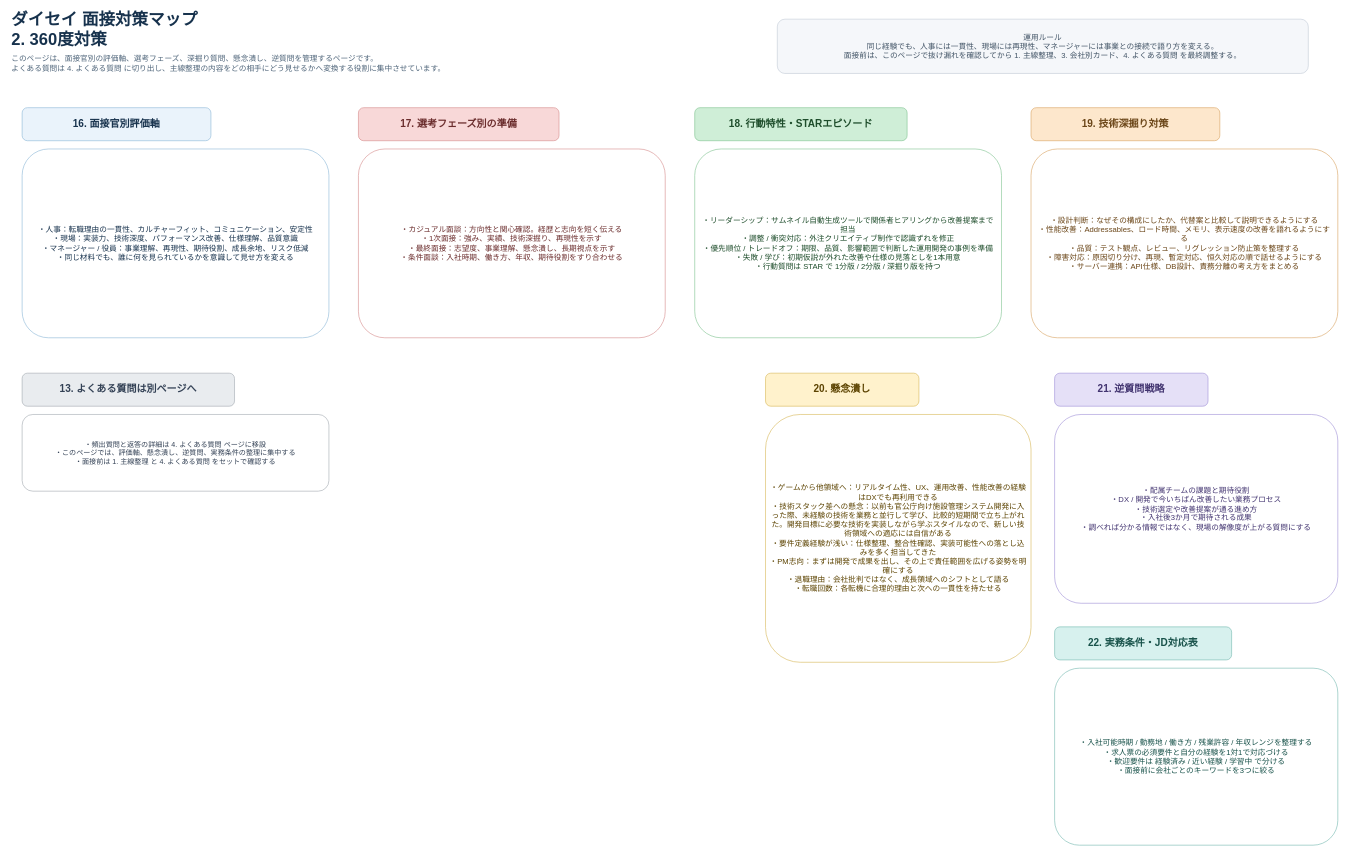
bodacheng/ForInterview keeps this draw.io diagram as page "2. 360度対策" (2 of 4) of interview-prep-structure.drawio. Above is the earlier version. Source tidied: cells renumbered, new cells numbered last; positions are measured from the earlier drawing's top-left corner, leaving out a move shared by most shapes. Both pictures are drawn from the tidied source at 59%, with x=0, y=0 at pixel (10, 13).
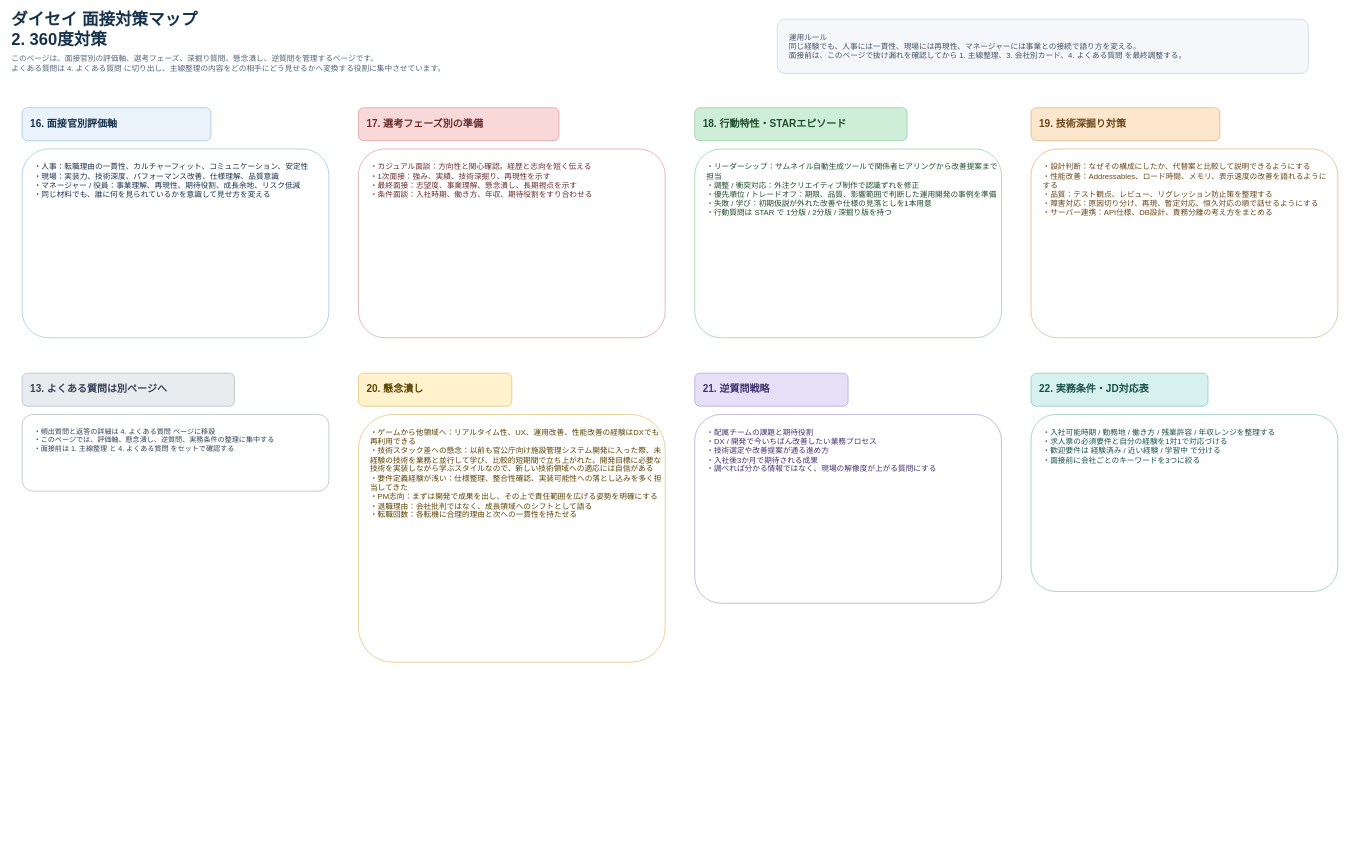
Above is the later version.

Diff of the diagram source:
```diff
@@
-    <mxCell id="4" value="運用ルール&#10;同じ経験でも、人事には一貫性、現場には再現性、マネージャーには事業との接続で語り方を変える。&#10;面接前は、このページで抜け漏れを確認してから 1. 主線整理、3. 会社別カード、4. よくある質問 を最終調整する。" style="rounded=1;whiteSpace=wrap;html=1;fillColor=#F5F7FA;strokeColor=#C2CBD6;fontSize=13;fontColor=#425466;spacing=8;arcSize=14;" parent="1" vertex="1">
+    <mxCell id="4" value="運用ルール&#10;同じ経験でも、人事には一貫性、現場には再現性、マネージャーには事業との接続で語り方を変える。&#10;面接前は、このページで抜け漏れを確認してから 1. 主線整理、3. 会社別カード、4. よくある質問 を最終調整する。" style="rounded=1;whiteSpace=wrap;html=1;align=left;verticalAlign=top;spacing=8;spacingLeft=12;spacingTop=10;fillColor=#F5F7FA;strokeColor=#C2CBD6;fontSize=13;fontColor=#425466;arcSize=14;" parent="1" vertex="1">
       <mxGeometry x="1300" y="10" width="900" height="92" as="geometry" />
     </mxCell>
-    <mxCell id="5" value="16. 面接官別評価軸" style="rounded=1;whiteSpace=wrap;html=1;fillColor=#EAF3FB;strokeColor=#8AB6D6;fontStyle=1;fontSize=17;fontColor=#17324D;arcSize=16;" parent="1" vertex="1">
+    <mxCell id="5" value="16. 面接官別評価軸" style="rounded=1;whiteSpace=wrap;html=1;align=left;verticalAlign=middle;spacingLeft=12;fillColor=#EAF3FB;strokeColor=#8AB6D6;fontStyle=1;fontSize=17;fontColor=#17324D;arcSize=16;" parent="1" vertex="1">
       <mxGeometry x="20" y="160" width="320" height="56" as="geometry" />
     </mxCell>
-    <mxCell id="6" value="・人事：転職理由の一貫性、カルチャーフィット、コミュニケーション、安定性&#10;・現場：実装力、技術深度、パフォーマンス改善、仕様理解、品質意識&#10;・マネージャー / 役員：事業理解、再現性、期待役割、成長余地、リスク低減&#10;・同じ材料でも、誰に何を見られているかを意識して見せ方を変える" style="rounded=1;whiteSpace=wrap;html=1;fillColor=#FFFFFF;strokeColor=#8AB6D6;fontSize=13;fontColor=#17324D;spacing=8;arcSize=14;" parent="1" vertex="1">
+    <mxCell id="6" value="・人事：転職理由の一貫性、カルチャーフィット、コミュニケーション、安定性&#10;・現場：実装力、技術深度、パフォーマンス改善、仕様理解、品質意識&#10;・マネージャー / 役員：事業理解、再現性、期待役割、成長余地、リスク低減&#10;・同じ材料でも、誰に何を見られているかを意識して見せ方を変える" style="rounded=1;whiteSpace=wrap;html=1;align=left;verticalAlign=top;spacing=8;spacingLeft=12;spacingTop=10;fillColor=#FFFFFF;strokeColor=#8AB6D6;fontSize=13;fontColor=#17324D;arcSize=14;" parent="1" vertex="1">
       <mxGeometry x="20" y="230" width="520" height="320" as="geometry" />
     </mxCell>
-    <mxCell id="7" value="17. 選考フェーズ別の準備" style="rounded=1;whiteSpace=wrap;html=1;fillColor=#F8D8D8;strokeColor=#D58B8B;fontStyle=1;fontSize=17;fontColor=#6B2D2D;arcSize=16;" parent="1" vertex="1">
+    <mxCell id="7" value="17. 選考フェーズ別の準備" style="rounded=1;whiteSpace=wrap;html=1;align=left;verticalAlign=middle;spacingLeft=12;fillColor=#F8D8D8;strokeColor=#D58B8B;fontStyle=1;fontSize=17;fontColor=#6B2D2D;arcSize=16;" parent="1" vertex="1">
       <mxGeometry x="590" y="160" width="340" height="56" as="geometry" />
     </mxCell>
-    <mxCell id="8" value="・カジュアル面談：方向性と関心確認。経歴と志向を短く伝える&#10;・1次面接：強み、実績、技術深掘り、再現性を示す&#10;・最終面接：志望度、事業理解、懸念潰し、長期視点を示す&#10;・条件面談：入社時期、働き方、年収、期待役割をすり合わせる" style="rounded=1;whiteSpace=wrap;html=1;fillColor=#FFFFFF;strokeColor=#D58B8B;fontSize=13;fontColor=#6B2D2D;spacing=8;arcSize=14;" parent="1" vertex="1">
+    <mxCell id="8" value="・カジュアル面談：方向性と関心確認。経歴と志向を短く伝える&#10;・1次面接：強み、実績、技術深掘り、再現性を示す&#10;・最終面接：志望度、事業理解、懸念潰し、長期視点を示す&#10;・条件面談：入社時期、働き方、年収、期待役割をすり合わせる" style="rounded=1;whiteSpace=wrap;html=1;align=left;verticalAlign=top;spacing=8;spacingLeft=12;spacingTop=10;fillColor=#FFFFFF;strokeColor=#D58B8B;fontSize=13;fontColor=#6B2D2D;arcSize=14;" parent="1" vertex="1">
       <mxGeometry x="590" y="230" width="520" height="320" as="geometry" />
     </mxCell>
-    <mxCell id="9" value="18. 行動特性・STARエピソード" style="rounded=1;whiteSpace=wrap;html=1;fillColor=#CFEED7;strokeColor=#7FC28F;fontStyle=1;fontSize=17;fontColor=#1E4D2B;arcSize=16;" parent="1" vertex="1">
+    <mxCell id="9" value="18. 行動特性・STARエピソード" style="rounded=1;whiteSpace=wrap;html=1;align=left;verticalAlign=middle;spacingLeft=12;fillColor=#CFEED7;strokeColor=#7FC28F;fontStyle=1;fontSize=17;fontColor=#1E4D2B;arcSize=16;" parent="1" vertex="1">
       <mxGeometry x="1160" y="160" width="360" height="56" as="geometry" />
     </mxCell>
-    <mxCell id="10" value="・リーダーシップ：サムネイル自動生成ツールで関係者ヒアリングから改善提案まで担当&#10;・調整 / 衝突対応：外注クリエイティブ制作で認識ずれを修正&#10;・優先順位 / トレードオフ：期限、品質、影響範囲で判断した運用開発の事例を準備&#10;・失敗 / 学び：初期仮説が外れた改善や仕様の見落としを1本用意&#10;・行動質問は STAR で 1分版 / 2分版 / 深掘り版を持つ" style="rounded=1;whiteSpace=wrap;html=1;fillColor=#FFFFFF;strokeColor=#7FC28F;fontSize=13;fontColor=#1E4D2B;spacing=8;arcSize=14;" parent="1" vertex="1">
+    <mxCell id="10" value="・リーダーシップ：サムネイル自動生成ツールで関係者ヒアリングから改善提案まで担当&#10;・調整 / 衝突対応：外注クリエイティブ制作で認識ずれを修正&#10;・優先順位 / トレードオフ：期限、品質、影響範囲で判断した運用開発の事例を準備&#10;・失敗 / 学び：初期仮説が外れた改善や仕様の見落としを1本用意&#10;・行動質問は STAR で 1分版 / 2分版 / 深掘り版を持つ" style="rounded=1;whiteSpace=wrap;html=1;align=left;verticalAlign=top;spacing=8;spacingLeft=12;spacingTop=10;fillColor=#FFFFFF;strokeColor=#7FC28F;fontSize=13;fontColor=#1E4D2B;arcSize=14;" parent="1" vertex="1">
       <mxGeometry x="1160" y="230" width="520" height="320" as="geometry" />
     </mxCell>
-    <mxCell id="11" value="19. 技術深掘り対策" style="rounded=1;whiteSpace=wrap;html=1;fillColor=#FDE7CC;strokeColor=#D9A25F;fontStyle=1;fontSize=17;fontColor=#6A4517;arcSize=16;" parent="1" vertex="1">
+    <mxCell id="11" value="19. 技術深掘り対策" style="rounded=1;whiteSpace=wrap;html=1;align=left;verticalAlign=middle;spacingLeft=12;fillColor=#FDE7CC;strokeColor=#D9A25F;fontStyle=1;fontSize=17;fontColor=#6A4517;arcSize=16;" parent="1" vertex="1">
       <mxGeometry x="1730" y="160" width="320" height="56" as="geometry" />
     </mxCell>
-    <mxCell id="12" value="・設計判断：なぜその構成にしたか、代替案と比較して説明できるようにする&#10;・性能改善：Addressables、ロード時間、メモリ、表示速度の改善を語れるようにする&#10;・品質：テスト観点、レビュー、リグレッション防止策を整理する&#10;・障害対応：原因切り分け、再現、暫定対応、恒久対応の順で話せるようにする&#10;・サーバー連携：API仕様、DB設計、責務分離の考え方をまとめる" style="rounded=1;whiteSpace=wrap;html=1;fillColor=#FFFFFF;strokeColor=#D9A25F;fontSize=13;fontColor=#6A4517;spacing=8;arcSize=14;" parent="1" vertex="1">
+    <mxCell id="12" value="・設計判断：なぜその構成にしたか、代替案と比較して説明できるようにする&#10;・性能改善：Addressables、ロード時間、メモリ、表示速度の改善を語れるようにする&#10;・品質：テスト観点、レビュー、リグレッション防止策を整理する&#10;・障害対応：原因切り分け、再現、暫定対応、恒久対応の順で話せるようにする&#10;・サーバー連携：API仕様、DB設計、責務分離の考え方をまとめる" style="rounded=1;whiteSpace=wrap;html=1;align=left;verticalAlign=top;spacing=8;spacingLeft=12;spacingTop=10;fillColor=#FFFFFF;strokeColor=#D9A25F;fontSize=13;fontColor=#6A4517;arcSize=14;" parent="1" vertex="1">
       <mxGeometry x="1730" y="230" width="520" height="320" as="geometry" />
     </mxCell>
-    <mxCell id="13" value="13. よくある質問は別ページへ" style="rounded=1;whiteSpace=wrap;html=1;fillColor=#E9ECEF;strokeColor=#A2A9B0;fontStyle=1;fontSize=17;fontColor=#334155;arcSize=16;" parent="1" vertex="1">
+    <mxCell id="13" value="13. よくある質問は別ページへ" style="rounded=1;whiteSpace=wrap;html=1;align=left;verticalAlign=middle;spacingLeft=12;fillColor=#E9ECEF;strokeColor=#A2A9B0;fontStyle=1;fontSize=17;fontColor=#334155;arcSize=16;" parent="1" vertex="1">
       <mxGeometry x="20" y="610" width="360" height="56" as="geometry" />
     </mxCell>
-    <mxCell id="14" value="・頻出質問と返答の詳細は 4. よくある質問 ページに移設&#10;・このページでは、評価軸、懸念潰し、逆質問、実務条件の整理に集中する&#10;・面接前は 1. 主線整理 と 4. よくある質問 をセットで確認する" style="rounded=1;whiteSpace=wrap;html=1;fillColor=#FFFFFF;strokeColor=#A2A9B0;fontSize=12;fontColor=#334155;spacing=8;arcSize=14;" parent="1" vertex="1">
+    <mxCell id="14" value="・頻出質問と返答の詳細は 4. よくある質問 ページに移設&#10;・このページでは、評価軸、懸念潰し、逆質問、実務条件の整理に集中する&#10;・面接前は 1. 主線整理 と 4. よくある質問 をセットで確認する" style="rounded=1;whiteSpace=wrap;html=1;align=left;verticalAlign=top;spacing=8;spacingLeft=12;spacingTop=10;fillColor=#FFFFFF;strokeColor=#A2A9B0;fontSize=12;fontColor=#334155;arcSize=14;" parent="1" vertex="1">
       <mxGeometry x="20" y="680" width="520" height="130" as="geometry" />
     </mxCell>
-    <mxCell id="15" value="20. 懸念潰し" style="rounded=1;whiteSpace=wrap;html=1;fillColor=#FFF2CC;strokeColor=#D6B656;fontStyle=1;fontSize=17;fontColor=#5C4300;arcSize=16;" parent="1" vertex="1">
-      <mxGeometry x="1280" y="610" width="260" height="56" as="geometry" />
+    <mxCell id="15" value="20. 懸念潰し" style="rounded=1;whiteSpace=wrap;html=1;align=left;verticalAlign=middle;spacingLeft=12;fillColor=#FFF2CC;strokeColor=#D6B656;fontStyle=1;fontSize=17;fontColor=#5C4300;arcSize=16;" parent="1" vertex="1">
+      <mxGeometry x="590" y="610" width="260" height="56" as="geometry" />
     </mxCell>
-    <mxCell id="16" value="・ゲームから他領域へ：リアルタイム性、UX、運用改善、性能改善の経験はDXでも再利用できる&#10;・技術スタック差への懸念：以前も官公庁向け施設管理システム開発に入った際、未経験の技術を業務と並行して学び、比較的短期間で立ち上がれた。開発目標に必要な技術を実装しながら学ぶスタイルなので、新しい技術領域への適応には自信がある&#10;・要件定義経験が浅い：仕様整理、整合性確認、実装可能性への落とし込みを多く担当してきた&#10;・PM志向：まずは開発で成果を出し、その上で責任範囲を広げる姿勢を明確にする&#10;・退職理由：会社批判ではなく、成長領域へのシフトとして語る&#10;・転職回数：各転機に合理的理由と次への一貫性を持たせる" style="rounded=1;whiteSpace=wrap;html=1;fillColor=#FFFFFF;strokeColor=#D6B656;fontSize=13;fontColor=#5C4300;spacing=8;arcSize=14;" parent="1" vertex="1">
-      <mxGeometry x="1280" y="680" width="450" height="420" as="geometry" />
+    <mxCell id="16" value="・ゲームから他領域へ：リアルタイム性、UX、運用改善、性能改善の経験はDXでも再利用できる&#10;・技術スタック差への懸念：以前も官公庁向け施設管理システム開発に入った際、未経験の技術を業務と並行して学び、比較的短期間で立ち上がれた。開発目標に必要な技術を実装しながら学ぶスタイルなので、新しい技術領域への適応には自信がある&#10;・要件定義経験が浅い：仕様整理、整合性確認、実装可能性への落とし込みを多く担当してきた&#10;・PM志向：まずは開発で成果を出し、その上で責任範囲を広げる姿勢を明確にする&#10;・退職理由：会社批判ではなく、成長領域へのシフトとして語る&#10;・転職回数：各転機に合理的理由と次への一貫性を持たせる" style="rounded=1;whiteSpace=wrap;html=1;align=left;verticalAlign=top;spacing=8;spacingLeft=12;spacingTop=10;fillColor=#FFFFFF;strokeColor=#D6B656;fontSize=13;fontColor=#5C4300;arcSize=14;" parent="1" vertex="1">
+      <mxGeometry x="590" y="680" width="520" height="420" as="geometry" />
     </mxCell>
-    <mxCell id="17" value="21. 逆質問戦略" style="rounded=1;whiteSpace=wrap;html=1;fillColor=#E5E0F7;strokeColor=#9E8FD6;fontStyle=1;fontSize=17;fontColor=#423470;arcSize=16;" parent="1" vertex="1">
-      <mxGeometry x="1770" y="610" width="260" height="56" as="geometry" />
+    <mxCell id="17" value="21. 逆質問戦略" style="rounded=1;whiteSpace=wrap;html=1;align=left;verticalAlign=middle;spacingLeft=12;fillColor=#E5E0F7;strokeColor=#9E8FD6;fontStyle=1;fontSize=17;fontColor=#423470;arcSize=16;" parent="1" vertex="1">
+      <mxGeometry x="1160" y="610" width="260" height="56" as="geometry" />
     </mxCell>
-    <mxCell id="18" value="・配属チームの課題と期待役割&#10;・DX / 開発で今いちばん改善したい業務プロセス&#10;・技術選定や改善提案が通る進め方&#10;・入社後3か月で期待される成果&#10;・調べれば分かる情報ではなく、現場の解像度が上がる質問にする" style="rounded=1;whiteSpace=wrap;html=1;fillColor=#FFFFFF;strokeColor=#9E8FD6;fontSize=13;fontColor=#423470;spacing=8;arcSize=14;" parent="1" vertex="1">
-      <mxGeometry x="1770" y="680" width="480" height="320" as="geometry" />
+    <mxCell id="18" value="・配属チームの課題と期待役割&#10;・DX / 開発で今いちばん改善したい業務プロセス&#10;・技術選定や改善提案が通る進め方&#10;・入社後3か月で期待される成果&#10;・調べれば分かる情報ではなく、現場の解像度が上がる質問にする" style="rounded=1;whiteSpace=wrap;html=1;align=left;verticalAlign=top;spacing=8;spacingLeft=12;spacingTop=10;fillColor=#FFFFFF;strokeColor=#9E8FD6;fontSize=13;fontColor=#423470;arcSize=14;" parent="1" vertex="1">
+      <mxGeometry x="1160" y="680" width="520" height="320" as="geometry" />
     </mxCell>
-    <mxCell id="19" value="22. 実務条件・JD対応表" style="rounded=1;whiteSpace=wrap;html=1;fillColor=#D7F1EE;strokeColor=#74B8AF;fontStyle=1;fontSize=17;fontColor=#18524A;arcSize=16;" parent="1" vertex="1">
-      <mxGeometry x="1770" y="1040" width="300" height="56" as="geometry" />
+    <mxCell id="19" value="22. 実務条件・JD対応表" style="rounded=1;whiteSpace=wrap;html=1;align=left;verticalAlign=middle;spacingLeft=12;fillColor=#D7F1EE;strokeColor=#74B8AF;fontStyle=1;fontSize=17;fontColor=#18524A;arcSize=16;" parent="1" vertex="1">
+      <mxGeometry x="1730" y="610" width="300" height="56" as="geometry" />
     </mxCell>
-    <mxCell id="20" value="・入社可能時期 / 勤務地 / 働き方 / 残業許容 / 年収レンジを整理する&#10;・求人票の必須要件と自分の経験を1対1で対応づける&#10;・歓迎要件は 経験済み / 近い経験 / 学習中 で分ける&#10;・面接前に会社ごとのキーワードを3つに絞る" style="rounded=1;whiteSpace=wrap;html=1;fillColor=#FFFFFF;strokeColor=#74B8AF;fontSize=13;fontColor=#18524A;spacing=8;arcSize=14;" parent="1" vertex="1">
-      <mxGeometry x="1770" y="1110" width="480" height="300" as="geometry" />
+    <mxCell id="20" value="・入社可能時期 / 勤務地 / 働き方 / 残業許容 / 年収レンジを整理する&#10;・求人票の必須要件と自分の経験を1対1で対応づける&#10;・歓迎要件は 経験済み / 近い経験 / 学習中 で分ける&#10;・面接前に会社ごとのキーワードを3つに絞る" style="rounded=1;whiteSpace=wrap;html=1;align=left;verticalAlign=top;spacing=8;spacingLeft=12;spacingTop=10;fillColor=#FFFFFF;strokeColor=#74B8AF;fontSize=13;fontColor=#18524A;arcSize=14;" parent="1" vertex="1">
+      <mxGeometry x="1730" y="680" width="520" height="300" as="geometry" />
     </mxCell>
```
